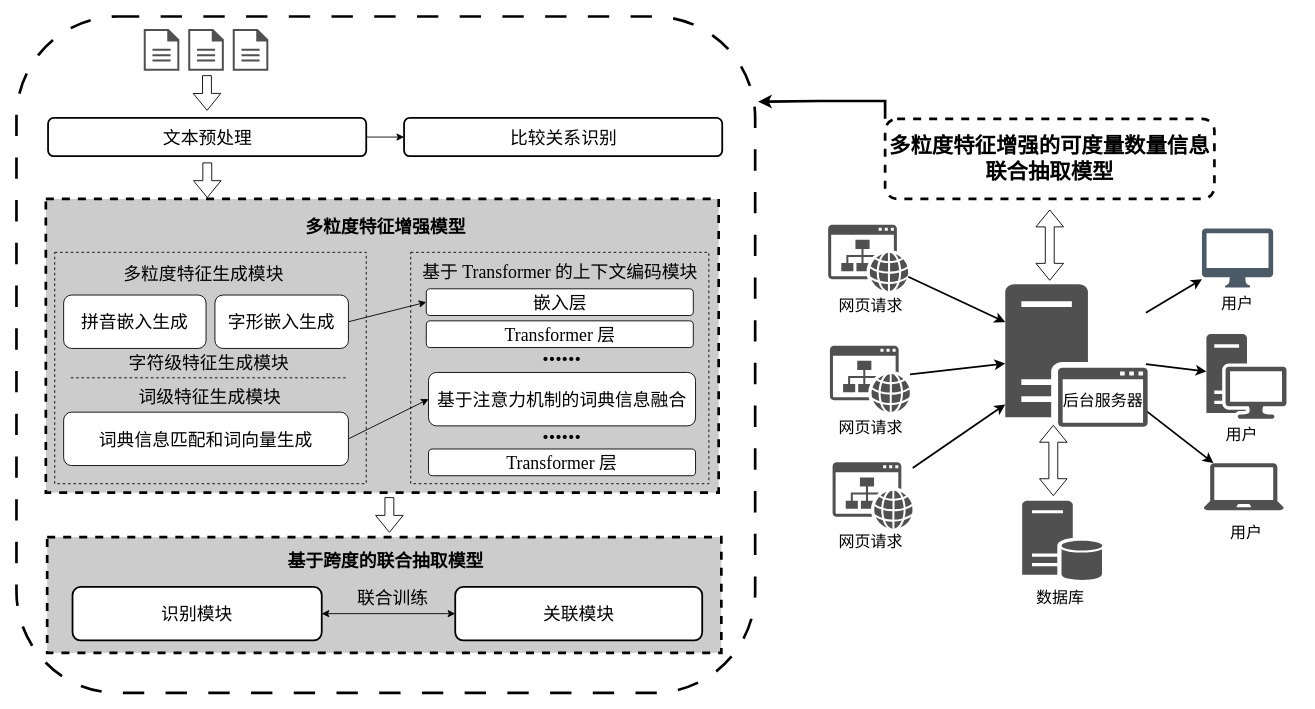
This is page "多粒度特征增强的可度量数量信息联合抽取模型" (11 of 14) of master_paper.drawio from JJackMoO/Jackert_draw, a draw.io file, before an edit. Source tidied: cells renumbered, new cells numbered last; positions are measured from the earlier drawing's top-left corner, leaving out a move shared by most shapes. Both pictures are drawn from the tidied source at 89%, with x=0, y=0 at pixel (16, 16).
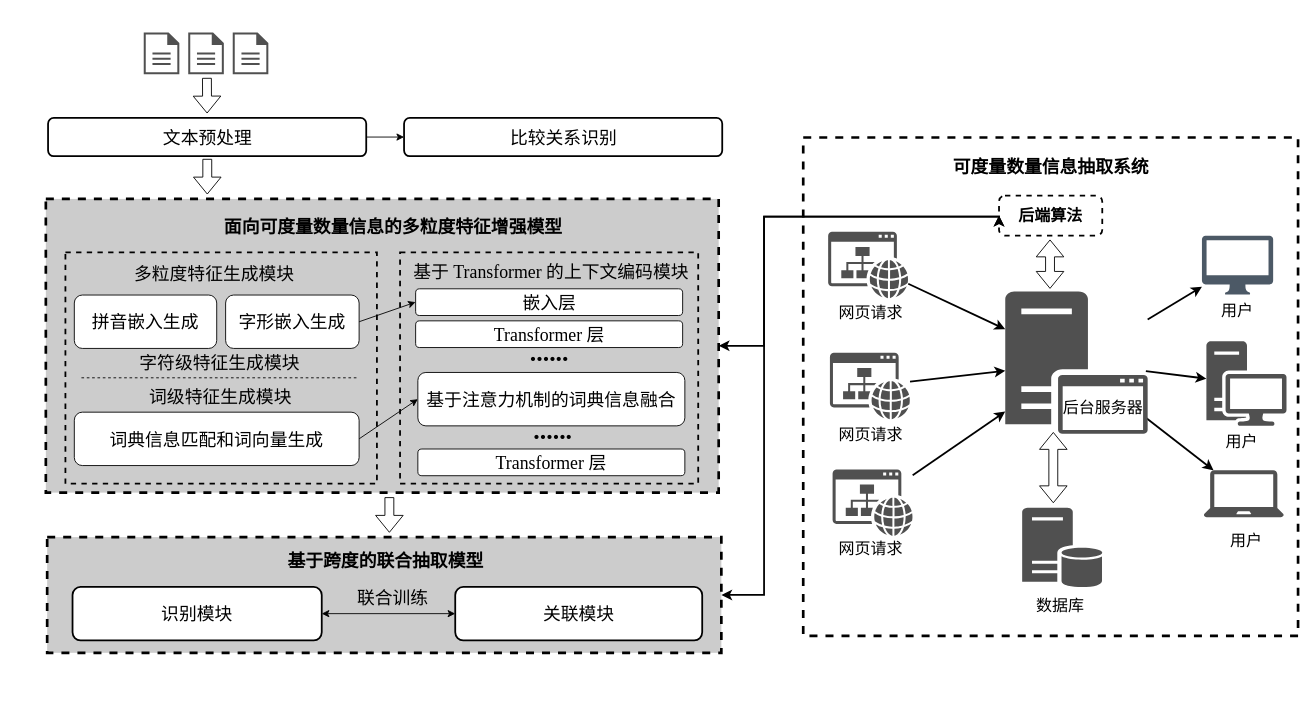
Above is the later version.

The change refers to these unchanged cells:
```xml
<mxCell id="29" style="rounded=0;whiteSpace=wrap;html=1;fillColor=#CCCCCC;dashed=1;strokeWidth=3;fontFamily=Times New Roman;" parent="1" vertex="1">
  <mxGeometry x="33" y="205" width="756" height="330" as="geometry" />
</mxCell>
<mxCell id="45" style="rounded=0;whiteSpace=wrap;html=1;fillColor=#CCCCCC;dashed=1;strokeWidth=3;fontFamily=Times New Roman;" parent="1" vertex="1">
  <mxGeometry x="34.5" y="585" width="757.5" height="130" as="geometry" />
</mxCell>
```

Change to the diagram source:
```diff
@@
-    <mxCell id="2" style="rounded=1;whiteSpace=wrap;html=1;fillColor=none;dashed=1;dashPattern=8 8;strokeWidth=3;fontFamily=Times New Roman;" parent="1" vertex="1">
-      <mxGeometry width="830" height="760" as="geometry" />
-    </mxCell>
+    <mxCell id="64" style="rounded=0;whiteSpace=wrap;html=1;fillColor=default;dashed=1;strokeWidth=3;fontFamily=Times New Roman;" parent="1" vertex="1">
+      <mxGeometry x="884" y="136" width="556" height="560" as="geometry" />
+    </mxCell>
-    <mxCell id="3" style="rounded=0;jettySize=auto;html=1;strokeWidth=2;fontFamily=Times New Roman;fontStyle=0;" parent="1" edge="1" target="15">
-      <mxGeometry relative="1" as="geometry">
-        <mxPoint x="1269" y="333" as="sourcePoint" />
-      </mxGeometry>
+    <mxCell id="3" style="rounded=0;jettySize=auto;html=1;strokeWidth=2;fontFamily=Times New Roman;fontStyle=0;" parent="1" edge="1" source="9" target="15">
+      <mxGeometry relative="1" as="geometry" />
     </mxCell>
     <mxCell id="4" style="sketch=0;shadow=0;dashed=0;html=1;strokeColor=none;fillColor=#505050;labelPosition=center;verticalLabelPosition=bottom;verticalAlign=top;align=center;shape=mxgraph.office.databases.database_server;fontFamily=Times New Roman;fontStyle=0;" parent="1" vertex="1">
-      <mxGeometry x="1130" y="544" width="90" height="90" as="geometry" />
+      <mxGeometry x="1130" y="552" width="90" height="90" as="geometry" />
     </mxCell>
@@
     <mxCell id="6" style="sketch=0;shadow=0;dashed=0;html=1;strokeColor=none;fillColor=#505050;labelPosition=center;verticalLabelPosition=bottom;verticalAlign=top;outlineConnect=0;align=center;shape=mxgraph.office.concepts.website;fontFamily=Times New Roman;fontStyle=0;" parent="1" vertex="1">
-      <mxGeometry x="912" y="233.9" width="90" height="74.8" as="geometry" />
+      <mxGeometry x="912" y="241.9" width="90" height="74.8" as="geometry" />
     </mxCell>
     <mxCell id="7" style="rounded=0;jettySize=auto;html=1;strokeWidth=2;fontFamily=Times New Roman;fontStyle=0;" parent="1" edge="1" target="16">
       <mxGeometry relative="1" as="geometry">
-        <mxPoint x="1269" y="390.6" as="sourcePoint" />
+        <mxPoint x="1269" y="398.6" as="sourcePoint" />
       </mxGeometry>
     </mxCell>
     <mxCell id="8" style="rounded=0;jettySize=auto;html=1;strokeWidth=2;fontFamily=Times New Roman;fontStyle=0;" parent="1" edge="1" target="14">
       <mxGeometry relative="1" as="geometry">
-        <mxPoint x="1269" y="442.9" as="sourcePoint" />
+        <mxPoint x="1269" y="450.9" as="sourcePoint" />
       </mxGeometry>
     </mxCell>
     <mxCell id="9" style="sketch=0;shadow=0;dashed=0;html=1;strokeColor=none;fillColor=#505050;labelPosition=center;verticalLabelPosition=bottom;verticalAlign=top;outlineConnect=0;align=center;shape=mxgraph.office.servers.application_server;fontFamily=Times New Roman;fontStyle=0;" parent="1" vertex="1">
-      <mxGeometry x="1111" y="300.9" width="160" height="160" as="geometry" />
+      <mxGeometry x="1111" y="308.9" width="160" height="160" as="geometry" />
     </mxCell>
@@
     <mxCell id="11" style="sketch=0;shadow=0;dashed=0;html=1;strokeColor=none;fillColor=#505050;labelPosition=center;verticalLabelPosition=bottom;verticalAlign=top;outlineConnect=0;align=center;shape=mxgraph.office.concepts.website;fontFamily=Times New Roman;fontStyle=0;" parent="1" vertex="1">
-      <mxGeometry x="914" y="369.9" width="90" height="74.8" as="geometry" />
+      <mxGeometry x="914" y="377.9" width="90" height="74.8" as="geometry" />
     </mxCell>
@@
     <mxCell id="13" style="sketch=0;shadow=0;dashed=0;html=1;strokeColor=none;fillColor=#505050;labelPosition=center;verticalLabelPosition=bottom;verticalAlign=top;outlineConnect=0;align=center;shape=mxgraph.office.concepts.website;fontFamily=Times New Roman;fontStyle=0;" parent="1" vertex="1">
-      <mxGeometry x="917" y="500.9" width="90" height="74.8" as="geometry" />
+      <mxGeometry x="917" y="508.9" width="90" height="74.8" as="geometry" />
     </mxCell>
     <mxCell id="14" style="sketch=0;shadow=0;dashed=0;html=1;strokeColor=none;fillColor=#505050;labelPosition=center;verticalLabelPosition=bottom;verticalAlign=top;outlineConnect=0;align=center;shape=mxgraph.office.devices.laptop;fontFamily=Times New Roman;fontStyle=0;" parent="1" vertex="1">
-      <mxGeometry x="1334" y="501.9" width="90" height="52.8" as="geometry" />
+      <mxGeometry x="1334" y="509.9" width="90" height="52.8" as="geometry" />
     </mxCell>
     <mxCell id="15" style="sketch=0;shadow=0;dashed=0;html=1;strokeColor=none;fillColor=#4C5966;labelPosition=center;verticalLabelPosition=bottom;verticalAlign=top;outlineConnect=0;align=center;shape=mxgraph.office.devices.mac_client;fontFamily=Times New Roman;fontStyle=0;" parent="1" vertex="1">
-      <mxGeometry x="1332" y="238.3" width="80" height="66.2" as="geometry" />
+      <mxGeometry x="1332" y="246.3" width="80" height="66.2" as="geometry" />
     </mxCell>
     <mxCell id="16" style="sketch=0;shadow=0;dashed=0;html=1;strokeColor=none;fillColor=#505050;labelPosition=center;verticalLabelPosition=bottom;verticalAlign=top;outlineConnect=0;align=center;shape=mxgraph.office.devices.workstation;fontFamily=Times New Roman;fontStyle=0;" parent="1" vertex="1">
-      <mxGeometry x="1337" y="356.9" width="90" height="95.1" as="geometry" />
+      <mxGeometry x="1337" y="364.9" width="90" height="95.1" as="geometry" />
     </mxCell>
     <mxCell id="17" style="shape=flexArrow;endArrow=classic;startArrow=classic;html=1;rounded=0;fontFamily=Times New Roman;fontStyle=0;" parent="1" edge="1">
       <mxGeometry relative="1" as="geometry">
-        <mxPoint x="1165" y="538.9" as="sourcePoint" />
-        <mxPoint x="1165" y="458.9" as="targetPoint" />
+        <mxPoint x="1165" y="546.9" as="sourcePoint" />
+        <mxPoint x="1165" y="466.9" as="targetPoint" />
       </mxGeometry>
     </mxCell>
-    <mxCell id="18" style="shape=flexArrow;endArrow=classic;startArrow=classic;html=1;rounded=0;fontFamily=Times New Roman;fontStyle=0;" parent="1" edge="1">
-      <mxGeometry relative="1" as="geometry">
-        <mxPoint x="1161" y="296.9" as="sourcePoint" />
-        <mxPoint x="1161" y="216.9" as="targetPoint" />
-      </mxGeometry>
-    </mxCell>
-    <mxCell id="19" style="edgeStyle=orthogonalEdgeStyle;rounded=0;jettySize=auto;html=1;exitX=0;exitY=0;exitDx=0;exitDy=0;entryX=1.004;entryY=0.126;entryDx=0;entryDy=0;entryPerimeter=0;strokeWidth=3;fontFamily=Times New Roman;" parent="1" edge="1" source="20" target="2">
-      <mxGeometry relative="1" as="geometry" />
-    </mxCell>
-    <mxCell id="20" value="&lt;b&gt;&lt;font style=&quot;font-size: 24px;&quot;&gt;多粒度特征增强的可度量数量信息联合抽取模型&lt;/font&gt;&lt;/b&gt;" style="rounded=1;whiteSpace=wrap;html=1;dashed=1;strokeWidth=3;fontFamily=Times New Roman;" parent="1" vertex="1">
-      <mxGeometry x="976" y="115" width="370" height="90" as="geometry" />
+    <mxCell id="20" value="&lt;b style=&quot;&quot;&gt;&lt;font style=&quot;font-size: 18px;&quot;&gt;后端算法&lt;/font&gt;&lt;/b&gt;" style="rounded=1;whiteSpace=wrap;html=1;dashed=1;strokeWidth=2;fontFamily=Times New Roman;" parent="1" vertex="1">
+      <mxGeometry x="1104" y="201.3" width="116" height="45" as="geometry" />
     </mxCell>
     <mxCell id="21" value="&lt;span&gt;&lt;font style=&quot;font-size: 18px;&quot;&gt;网页请求&lt;/font&gt;&lt;/span&gt;" style="text;strokeColor=none;align=center;fillColor=none;html=1;verticalAlign=middle;whiteSpace=wrap;rounded=0;fontFamily=Times New Roman;fontStyle=0;" parent="1" vertex="1">
-      <mxGeometry x="910" y="310.1" width="100" height="30" as="geometry" />
+      <mxGeometry x="910" y="318.1" width="100" height="30" as="geometry" />
     </mxCell>
     <mxCell id="22" value="&lt;span&gt;&lt;font style=&quot;font-size: 18px;&quot;&gt;网页请求&lt;/font&gt;&lt;/span&gt;" style="text;strokeColor=none;align=center;fillColor=none;html=1;verticalAlign=middle;whiteSpace=wrap;rounded=0;fontFamily=Times New Roman;fontStyle=0;" parent="1" vertex="1">
-      <mxGeometry x="910" y="447.1" width="100" height="30" as="geometry" />
+      <mxGeometry x="910" y="455.1" width="100" height="30" as="geometry" />
     </mxCell>
     <mxCell id="23" value="&lt;span&gt;&lt;font style=&quot;font-size: 18px;&quot;&gt;网页请求&lt;/font&gt;&lt;/span&gt;" style="text;strokeColor=none;align=center;fillColor=none;html=1;verticalAlign=middle;whiteSpace=wrap;rounded=0;fontFamily=Times New Roman;fontStyle=0;" parent="1" vertex="1">
-      <mxGeometry x="910" y="576.1" width="100" height="30" as="geometry" />
+      <mxGeometry x="910" y="584.1" width="100" height="30" as="geometry" />
     </mxCell>
     <mxCell id="24" value="&lt;span&gt;&lt;font style=&quot;font-size: 18px;&quot;&gt;数据库&lt;/font&gt;&lt;/span&gt;" style="text;strokeColor=none;align=center;fillColor=none;html=1;verticalAlign=middle;whiteSpace=wrap;rounded=0;fontFamily=Times New Roman;fontStyle=0;" parent="1" vertex="1">
-      <mxGeometry x="1123" y="639" width="100" height="30" as="geometry" />
+      <mxGeometry x="1123" y="647" width="100" height="30" as="geometry" />
     </mxCell>
     <mxCell id="25" value="&lt;span&gt;&lt;font style=&quot;font-size: 18px;&quot;&gt;后台服务器&lt;/font&gt;&lt;/span&gt;" style="text;strokeColor=none;align=center;fillColor=none;html=1;verticalAlign=middle;whiteSpace=wrap;rounded=0;fontFamily=Times New Roman;fontStyle=0;" parent="1" vertex="1">
-      <mxGeometry x="1171" y="417" width="100" height="30" as="geometry" />
+      <mxGeometry x="1171" y="425" width="100" height="30" as="geometry" />
     </mxCell>
     <mxCell id="26" value="&lt;span&gt;&lt;font style=&quot;font-size: 18px;&quot;&gt;用户&lt;/font&gt;&lt;/span&gt;" style="text;strokeColor=none;align=center;fillColor=none;html=1;verticalAlign=middle;whiteSpace=wrap;rounded=0;fontFamily=Times New Roman;fontStyle=0;" parent="1" vertex="1">
-      <mxGeometry x="1322" y="307.9" width="100" height="30" as="geometry" />
+      <mxGeometry x="1322" y="315.9" width="100" height="30" as="geometry" />
     </mxCell>
     <mxCell id="27" value="&lt;span&gt;&lt;font style=&quot;font-size: 18px;&quot;&gt;用户&lt;/font&gt;&lt;/span&gt;" style="text;strokeColor=none;align=center;fillColor=none;html=1;verticalAlign=middle;whiteSpace=wrap;rounded=0;fontFamily=Times New Roman;fontStyle=0;" parent="1" vertex="1">
-      <mxGeometry x="1327" y="454.9" width="100" height="30" as="geometry" />
+      <mxGeometry x="1327" y="462.9" width="100" height="30" as="geometry" />
     </mxCell>
     <mxCell id="28" value="&lt;span&gt;&lt;font style=&quot;font-size: 18px;&quot;&gt;用户&lt;/font&gt;&lt;/span&gt;" style="text;strokeColor=none;align=center;fillColor=none;html=1;verticalAlign=middle;whiteSpace=wrap;rounded=0;fontFamily=Times New Roman;fontStyle=0;" parent="1" vertex="1">
-      <mxGeometry x="1332" y="565.9" width="100" height="30" as="geometry" />
+      <mxGeometry x="1332" y="573.9" width="100" height="30" as="geometry" />
     </mxCell>
+    <mxCell id="65" style="edgeStyle=orthogonalEdgeStyle;rounded=0;jettySize=auto;html=1;exitX=1;exitY=0.5;exitDx=0;exitDy=0;entryX=0;entryY=0.5;entryDx=0;entryDy=0;strokeWidth=2;startArrow=classic;startFill=1;" parent="1" edge="1" source="29" target="20">
+      <mxGeometry relative="1" as="geometry">
+        <Array as="points">
+          <mxPoint x="840" y="370" />
+          <mxPoint x="840" y="225" />
+        </Array>
+      </mxGeometry>
+    </mxCell>
@@
-    <mxCell id="30" style="rounded=0;whiteSpace=wrap;html=1;fillColor=none;dashed=1;strokeWidth=1;fontFamily=Times New Roman;" parent="1" vertex="1">
-      <mxGeometry x="43" y="265" width="350" height="260" as="geometry" />
+    <mxCell id="30" style="rounded=0;whiteSpace=wrap;html=1;fillColor=none;dashed=1;strokeWidth=2;fontFamily=Times New Roman;" parent="1" vertex="1">
+      <mxGeometry x="55" y="265" width="350" height="260" as="geometry" />
     </mxCell>
@@
     <mxCell id="33" style="sketch=0;shadow=0;dashed=0;html=1;strokeColor=none;fillColor=#505050;labelPosition=center;verticalLabelPosition=bottom;verticalAlign=top;align=center;shape=mxgraph.office.concepts.document;fontFamily=Times New Roman;" parent="1" vertex="1">
-      <mxGeometry x="143" y="14" width="40" height="47" as="geometry" />
+      <mxGeometry x="143" y="18" width="40" height="47" as="geometry" />
     </mxCell>
     <mxCell id="34" style="sketch=0;shadow=0;dashed=0;html=1;strokeColor=none;fillColor=#505050;labelPosition=center;verticalLabelPosition=bottom;verticalAlign=top;align=center;shape=mxgraph.office.concepts.document;fontFamily=Times New Roman;" parent="1" vertex="1">
-      <mxGeometry x="193" y="14" width="40" height="47" as="geometry" />
+      <mxGeometry x="193" y="18" width="40" height="47" as="geometry" />
     </mxCell>
     <mxCell id="35" style="sketch=0;shadow=0;dashed=0;html=1;strokeColor=none;fillColor=#505050;labelPosition=center;verticalLabelPosition=bottom;verticalAlign=top;align=center;shape=mxgraph.office.concepts.document;fontFamily=Times New Roman;" parent="1" vertex="1">
-      <mxGeometry x="243" y="14" width="40" height="47" as="geometry" />
+      <mxGeometry x="243" y="18" width="40" height="47" as="geometry" />
     </mxCell>
     <mxCell id="36" value="&lt;font&gt;&lt;span style=&quot;font-size: 20px;&quot;&gt;拼音嵌入生成&lt;/span&gt;&lt;/font&gt;" style="rounded=1;whiteSpace=wrap;html=1;fontFamily=Times New Roman;" parent="1" vertex="1">
-      <mxGeometry x="53" y="313" width="160" height="60" as="geometry" />
+      <mxGeometry x="65" y="313" width="160" height="60" as="geometry" />
     </mxCell>
@@
     <mxCell id="38" value="&lt;font&gt;&lt;span style=&quot;font-size: 20px;&quot;&gt;字形嵌入生成&lt;/span&gt;&lt;/font&gt;" style="rounded=1;whiteSpace=wrap;html=1;fontFamily=Times New Roman;" parent="1" vertex="1">
-      <mxGeometry x="223" y="313" width="150" height="60" as="geometry" />
+      <mxGeometry x="235" y="313" width="150" height="60" as="geometry" />
     </mxCell>
@@
     <mxCell id="40" value="&lt;font&gt;&lt;span style=&quot;font-size: 20px;&quot;&gt;词典信息匹配和词向量生成&lt;/span&gt;&lt;/font&gt;" style="rounded=1;whiteSpace=wrap;html=1;fontFamily=Times New Roman;" parent="1" vertex="1">
-      <mxGeometry x="53" y="444.6" width="320" height="60" as="geometry" />
+      <mxGeometry x="65" y="444.6" width="320" height="60" as="geometry" />
     </mxCell>
-    <mxCell id="41" style="rounded=0;whiteSpace=wrap;html=1;fillColor=none;dashed=1;strokeWidth=1;fontFamily=Times New Roman;" parent="1" vertex="1">
-      <mxGeometry x="443" y="265" width="335" height="260" as="geometry" />
+    <mxCell id="41" style="rounded=0;whiteSpace=wrap;html=1;fillColor=none;dashed=1;strokeWidth=2;fontFamily=Times New Roman;" parent="1" vertex="1">
+      <mxGeometry x="431" y="265" width="335" height="260" as="geometry" />
     </mxCell>
     <mxCell id="42" value="&lt;font style=&quot;font-size: 20px;&quot;&gt;基于 Transformer 的上下文编码模块&lt;/font&gt;" style="text;strokeColor=none;align=center;fillColor=none;html=1;verticalAlign=middle;whiteSpace=wrap;rounded=0;fontFamily=Times New Roman;" parent="1" vertex="1">
-      <mxGeometry x="430.5" y="271" width="360" height="30" as="geometry" />
+      <mxGeometry x="420.5" y="271" width="360" height="30" as="geometry" />
     </mxCell>
     <mxCell id="43" value="&lt;font style=&quot;font-size: 20px;&quot;&gt;嵌入层&lt;/font&gt;" style="rounded=1;whiteSpace=wrap;html=1;fontFamily=Times New Roman;" parent="1" vertex="1">
-      <mxGeometry x="460.5" y="306" width="300" height="30" as="geometry" />
+      <mxGeometry x="448.5" y="306" width="300" height="30" as="geometry" />
     </mxCell>
     <mxCell id="44" value="&lt;font style=&quot;font-size: 20px;&quot;&gt;Transformer 层&lt;/font&gt;" style="rounded=1;whiteSpace=wrap;html=1;fontFamily=Times New Roman;" parent="1" vertex="1">
-      <mxGeometry x="460.5" y="342" width="300" height="30" as="geometry" />
+      <mxGeometry x="448.5" y="342" width="300" height="30" as="geometry" />
     </mxCell>
+    <mxCell id="66" style="edgeStyle=orthogonalEdgeStyle;rounded=0;jettySize=auto;html=1;exitX=1;exitY=0.5;exitDx=0;exitDy=0;entryX=0;entryY=0.5;entryDx=0;entryDy=0;strokeWidth=2;startArrow=classic;startFill=1;" parent="1" edge="1" source="45" target="20">
+      <mxGeometry relative="1" as="geometry">
+        <Array as="points">
+          <mxPoint x="840" y="650" />
+          <mxPoint x="840" y="225" />
+        </Array>
+      </mxGeometry>
+    </mxCell>
@@
     <mxCell id="46" value="&lt;font style=&quot;font-size: 20px;&quot;&gt;多粒度特征生成模块&lt;/font&gt;" style="text;strokeColor=none;align=center;fillColor=none;html=1;verticalAlign=middle;whiteSpace=wrap;rounded=0;fontFamily=Times New Roman;" parent="1" vertex="1">
-      <mxGeometry x="29" y="274" width="362.5" height="30" as="geometry" />
+      <mxGeometry x="41" y="274" width="362.5" height="30" as="geometry" />
     </mxCell>
     <mxCell id="47" value="&lt;font style=&quot;font-size: 20px;&quot;&gt;Transformer 层&lt;/font&gt;" style="rounded=1;whiteSpace=wrap;html=1;fontFamily=Times New Roman;" parent="1" vertex="1">
-      <mxGeometry x="463" y="486" width="300" height="30" as="geometry" />
+      <mxGeometry x="451" y="486" width="300" height="30" as="geometry" />
     </mxCell>
     <mxCell id="48" value="&lt;font style=&quot;font-size: 20px;&quot;&gt;基于注意力机制的词典信息融合&lt;/font&gt;" style="rounded=1;whiteSpace=wrap;html=1;fontFamily=Times New Roman;" parent="1" vertex="1">
-      <mxGeometry x="463" y="400" width="300" height="60" as="geometry" />
+      <mxGeometry x="451" y="400" width="300" height="60" as="geometry" />
     </mxCell>
     <mxCell id="49" style="shape=flexArrow;endArrow=classic;html=1;rounded=0;entryX=0.5;entryY=0;entryDx=0;entryDy=0;fontFamily=Times New Roman;" parent="1" edge="1">
       <mxGeometry relative="1" as="geometry">
-        <mxPoint x="214" y="66" as="sourcePoint" />
-        <mxPoint x="214.2" y="106" as="targetPoint" />
+        <mxPoint x="214" y="69" as="sourcePoint" />
+        <mxPoint x="214.2" y="109" as="targetPoint" />
       </mxGeometry>
     </mxCell>
     <mxCell id="50" style="shape=flexArrow;endArrow=classic;html=1;rounded=0;entryX=0.5;entryY=0;entryDx=0;entryDy=0;fontFamily=Times New Roman;" parent="1" edge="1">
       <mxGeometry relative="1" as="geometry">
-        <mxPoint x="214.4" y="164" as="sourcePoint" />
-        <mxPoint x="214.4" y="204" as="targetPoint" />
+        <mxPoint x="214.4" y="160" as="sourcePoint" />
+        <mxPoint x="214.4" y="200" as="targetPoint" />
       </mxGeometry>
     </mxCell>
@@
     <mxCell id="58" value="&lt;font size=&quot;1&quot;&gt;&lt;b style=&quot;font-size: 29px;&quot;&gt;......&lt;/b&gt;&lt;/font&gt;" style="text;strokeColor=none;align=center;fillColor=none;html=1;verticalAlign=middle;whiteSpace=wrap;rounded=0;fontFamily=Times New Roman;" parent="1" vertex="1">
-      <mxGeometry x="433" y="363" width="360" height="30" as="geometry" />
+      <mxGeometry x="434" y="363" width="330" height="30" as="geometry" />
     </mxCell>
     <mxCell id="59" value="&lt;font size=&quot;1&quot;&gt;&lt;b style=&quot;font-size: 29px;&quot;&gt;......&lt;/b&gt;&lt;/font&gt;" style="text;strokeColor=none;align=center;fillColor=none;html=1;verticalAlign=middle;whiteSpace=wrap;rounded=0;fontFamily=Times New Roman;" parent="1" vertex="1">
-      <mxGeometry x="433" y="450" width="360" height="30" as="geometry" />
+      <mxGeometry x="423" y="450" width="360" height="30" as="geometry" />
     </mxCell>
-    <mxCell id="60" value="&lt;font style=&quot;font-size: 20px;&quot;&gt;&lt;b&gt;多粒度特征增强模型&lt;/b&gt;&lt;/font&gt;" style="text;strokeColor=none;align=center;fillColor=none;html=1;verticalAlign=middle;whiteSpace=wrap;rounded=0;fontFamily=Times New Roman;" parent="1" vertex="1">
-      <mxGeometry x="235" y="221" width="360" height="30" as="geometry" />
+    <mxCell id="60" value="&lt;font style=&quot;font-size: 20px;&quot;&gt;&lt;b&gt;面向可度量数量信息的多粒度特征增强模型&lt;/b&gt;&lt;/font&gt;" style="text;strokeColor=none;align=center;fillColor=none;html=1;verticalAlign=middle;whiteSpace=wrap;rounded=0;fontFamily=Times New Roman;" parent="1" vertex="1">
+      <mxGeometry x="230.5" y="221" width="385" height="30" as="geometry" />
     </mxCell>
     <mxCell id="61" value="&lt;font style=&quot;font-size: 20px;&quot;&gt;词级特征生成模块&lt;/font&gt;" style="text;strokeColor=none;align=center;fillColor=none;html=1;verticalAlign=middle;whiteSpace=wrap;rounded=0;fontFamily=Times New Roman;" parent="1" vertex="1">
-      <mxGeometry x="35.5" y="411.6" width="362.5" height="30" as="geometry" />
+      <mxGeometry x="47.5" y="411.6" width="362.5" height="30" as="geometry" />
     </mxCell>
     <mxCell id="62" value="&lt;font style=&quot;font-size: 20px;&quot;&gt;字符级特征生成模块&lt;/font&gt;" style="text;strokeColor=none;align=center;fillColor=none;html=1;verticalAlign=middle;whiteSpace=wrap;rounded=0;fontFamily=Times New Roman;" parent="1" vertex="1">
-      <mxGeometry x="35" y="374" width="362.5" height="30" as="geometry" />
+      <mxGeometry x="47" y="374" width="362.5" height="30" as="geometry" />
     </mxCell>
     <mxCell id="63" style="endArrow=none;dashed=1;html=1;rounded=0;fontFamily=Times New Roman;" parent="1" edge="1">
       <mxGeometry relative="1" as="geometry">
-        <mxPoint x="61" y="406" as="sourcePoint" />
-        <mxPoint x="371" y="406" as="targetPoint" />
+        <mxPoint x="73" y="406" as="sourcePoint" />
+        <mxPoint x="383" y="406" as="targetPoint" />
       </mxGeometry>
     </mxCell>
+    <mxCell id="67" style="shape=flexArrow;endArrow=classic;startArrow=classic;html=1;rounded=0;fontFamily=Times New Roman;fontStyle=0;" parent="1" edge="1">
+      <mxGeometry relative="1" as="geometry">
+        <mxPoint x="1161.3" y="306" as="sourcePoint" />
+        <mxPoint x="1161.3" y="250.6" as="targetPoint" />
+      </mxGeometry>
+    </mxCell>
+    <mxCell id="68" value="&lt;font style=&quot;font-size: 20px;&quot;&gt;&lt;b&gt;可度量数量信息抽取系统&lt;/b&gt;&lt;/font&gt;" style="text;strokeColor=none;align=center;fillColor=none;html=1;verticalAlign=middle;whiteSpace=wrap;rounded=0;fontFamily=Times New Roman;" parent="1" vertex="1">
+      <mxGeometry x="969.5" y="153" width="385" height="30" as="geometry" />
+    </mxCell>
```
